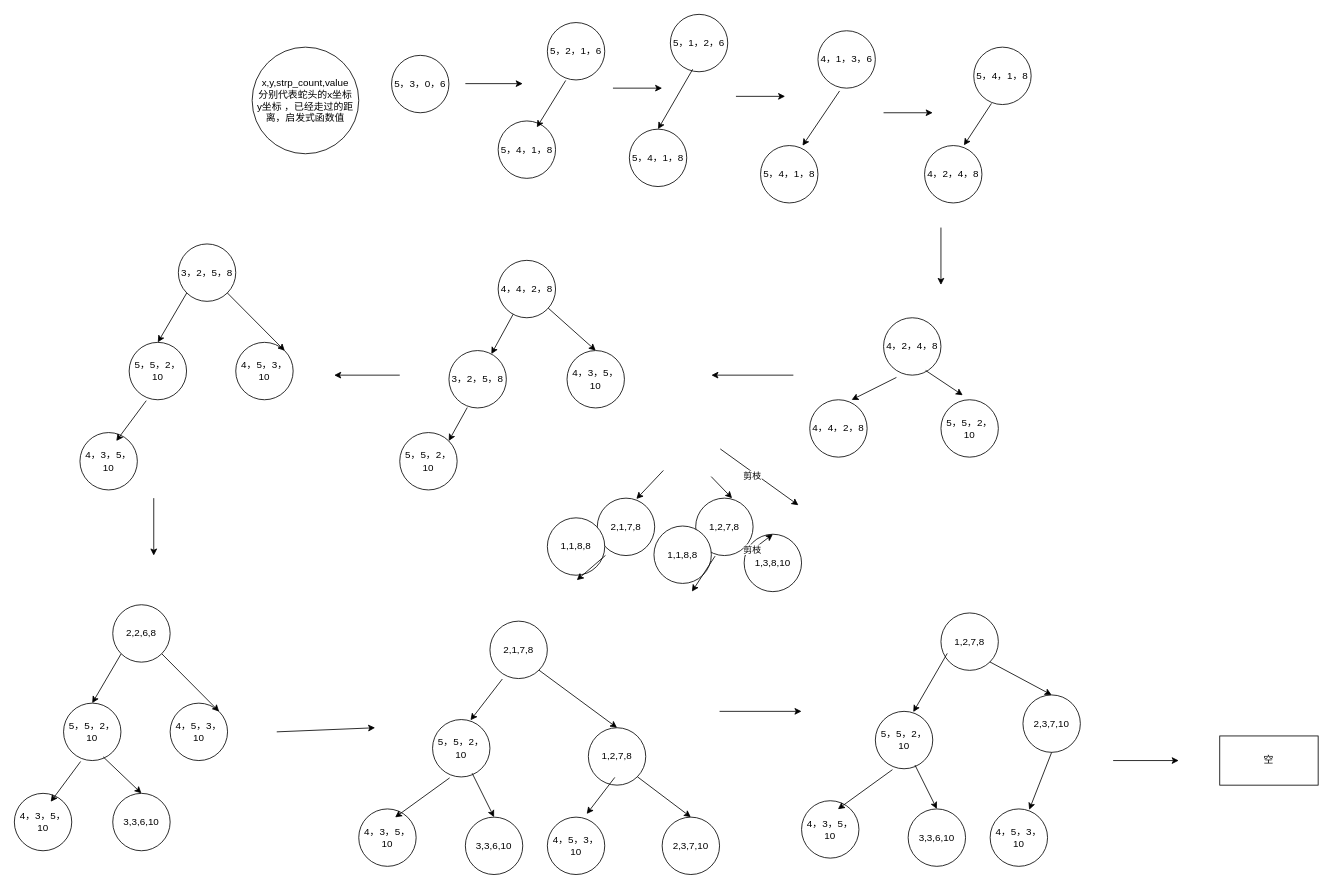
This is 未命名绘图.drawio from 11facebook/UNet, a draw.io file, before an edit. Source tidied: cells renumbered, new cells numbered last; positions are measured from the earlier drawing's top-left corner, leaving out a move shared by most shapes. Both pictures are drawn from the tidied source at 82%, with x=0, y=0 at pixel (14, 14).
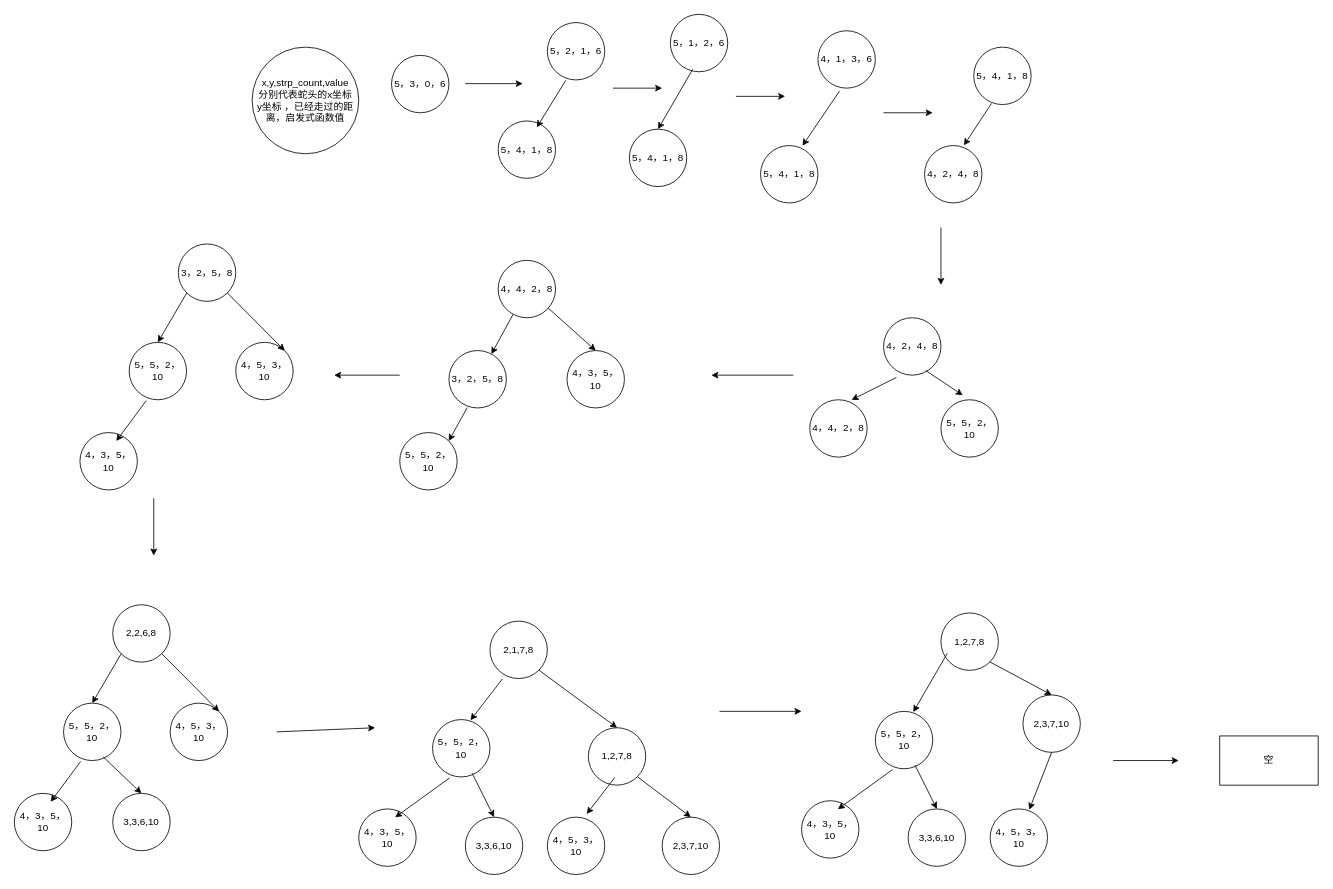
Above is the later version.

Commit message:
更新未命名绘图.drawio

What changed in the source:
```diff
@@
-    <mxCell id="6" value="2,1,7,8" style="ellipse;whiteSpace=wrap;html=1;" parent="1" vertex="1">
-      <mxGeometry x="710.9" y="590" width="70" height="70" as="geometry" />
-    </mxCell>
-    <mxCell id="7" value="1,2,7,8" style="ellipse;whiteSpace=wrap;html=1;" parent="1" vertex="1">
-      <mxGeometry x="830.9" y="590" width="70" height="70" as="geometry" />
-    </mxCell>
-    <mxCell id="8" style="endArrow=classic;html=1;rounded=0;entryX=0.361;entryY=0.123;entryDx=0;entryDy=0;entryPerimeter=0;exitX=1;exitY=0.5;exitDx=0;exitDy=0;" parent="1" edge="1">
-      <mxGeometry relative="1" as="geometry">
-        <mxPoint x="860.9" y="530" as="sourcePoint" />
-        <mxPoint x="956.2" y="598.6" as="targetPoint" />
-      </mxGeometry>
-    </mxCell>
-    <mxCell id="9" value="剪枝" style="edgeLabel;html=1;align=center;verticalAlign=middle;" parent="8" vertex="1">
-      <mxGeometry x="-0.14" y="-4" relative="1" as="geometry" />
-    </mxCell>
-    <mxCell id="10" style="endArrow=classic;html=1;rounded=0;entryX=0.634;entryY=0.002;entryDx=0;entryDy=0;entryPerimeter=0;exitX=0.842;exitY=0.982;exitDx=0;exitDy=0;exitPerimeter=0;" parent="1" edge="1" target="7">
-      <mxGeometry relative="1" as="geometry">
-        <mxPoint x="849.8" y="563.7" as="sourcePoint" />
-      </mxGeometry>
-    </mxCell>
-    <mxCell id="11" style="endArrow=classic;html=1;rounded=0;entryX=0.681;entryY=0.015;entryDx=0;entryDy=0;entryPerimeter=0;exitX=0.008;exitY=0.875;exitDx=0;exitDy=0;exitPerimeter=0;" parent="1" edge="1" target="6">
-      <mxGeometry relative="1" as="geometry">
-        <mxPoint x="791.5" y="556.2" as="sourcePoint" />
-      </mxGeometry>
-    </mxCell>
-    <mxCell id="12" value="1,1,8,8" style="ellipse;whiteSpace=wrap;html=1;" parent="1" vertex="1">
-      <mxGeometry x="650" y="614" width="70" height="70" as="geometry" />
-    </mxCell>
-    <mxCell id="13" value="1,3,8,10" style="ellipse;whiteSpace=wrap;html=1;" parent="1" vertex="1">
-      <mxGeometry x="890" y="634" width="70" height="70" as="geometry" />
-    </mxCell>
-    <mxCell id="14" style="endArrow=classic;html=1;rounded=0;entryX=0.5;entryY=0;entryDx=0;entryDy=0;exitX=0.143;exitY=0.997;exitDx=0;exitDy=0;exitPerimeter=0;" parent="1" edge="1" source="6">
-      <mxGeometry relative="1" as="geometry">
-        <mxPoint x="685.9" y="690" as="targetPoint" />
-      </mxGeometry>
-    </mxCell>
-    <mxCell id="15" value="1,1,8,8" style="ellipse;whiteSpace=wrap;html=1;" parent="1" vertex="1">
-      <mxGeometry x="780" y="624" width="70" height="70" as="geometry" />
-    </mxCell>
-    <mxCell id="16" style="endArrow=classic;html=1;rounded=0;entryX=0.649;entryY=0.057;entryDx=0;entryDy=0;entryPerimeter=0;exitX=0.338;exitY=1.01;exitDx=0;exitDy=0;exitPerimeter=0;" parent="1" edge="1" source="7">
-      <mxGeometry relative="1" as="geometry">
-        <mxPoint x="826.3" y="704" as="targetPoint" />
-      </mxGeometry>
-    </mxCell>
-    <mxCell id="17" style="endArrow=classic;html=1;rounded=0;entryX=0.5;entryY=0;entryDx=0;entryDy=0;exitX=0.857;exitY=1;exitDx=0;exitDy=0;exitPerimeter=0;" parent="1" edge="1" source="7" target="13">
-      <mxGeometry relative="1" as="geometry" />
-    </mxCell>
-    <mxCell id="18" value="剪枝" style="edgeLabel;html=1;align=center;verticalAlign=middle;" parent="17" vertex="1">
-      <mxGeometry x="-0.51" relative="1" as="geometry">
-        <mxPoint y="-1" as="offset" />
-      </mxGeometry>
-    </mxCell>
```
